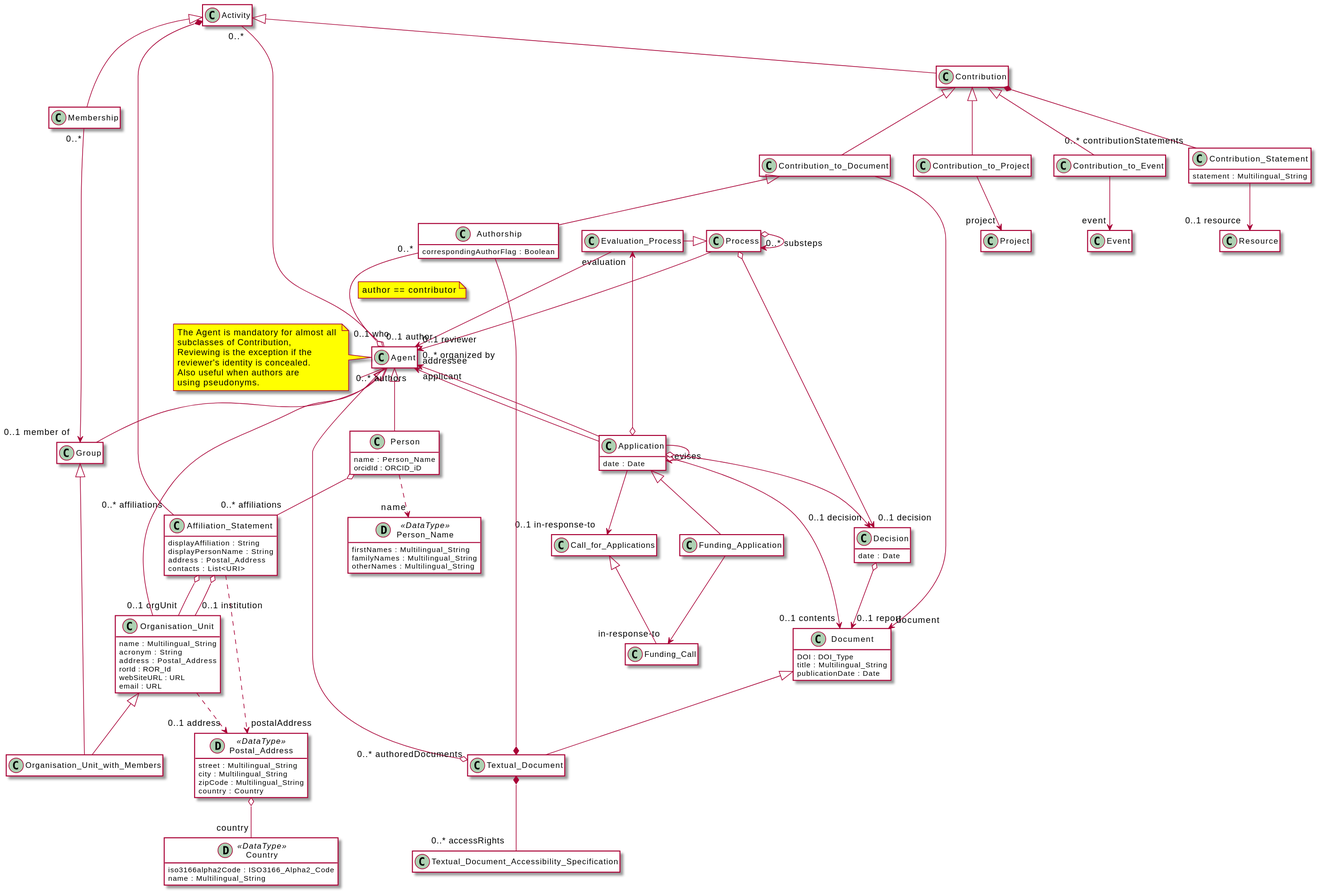
This is diagrams/core.svg from EuroCRIS/CERIF-Core, a PlantUML export, as it was before one commit.
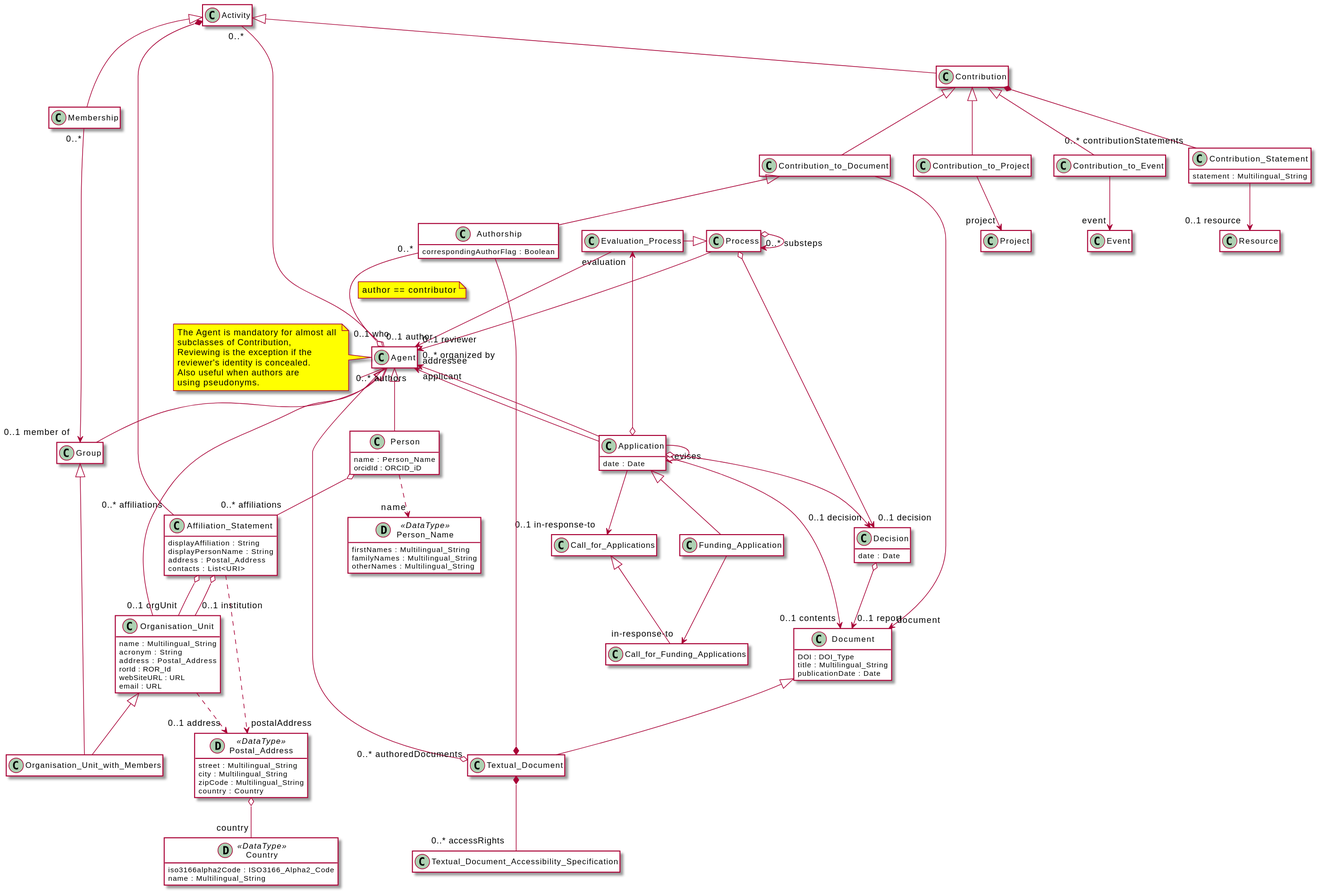
Above is the later version.

Commit message:
:rocket: adding generated diagrams

Diff of the diagram source:
```diff
@@ -148,7 +148,7 @@
 
         }
 
-        class "Funding_Call" #ffffff {
+        class "Call_for_Funding_Applications" #ffffff {
         }
 
         class "Process" #ffffff {
@@ -196,11 +196,11 @@
     !endsub
 
     !startsub Application
-        "Funding_Application" --> "in-response-to" "Funding_Call"
+        "Funding_Application" --> "in-response-to" "Call_for_Funding_Applications"
     !endsub
 
     !startsub Application
-        "Call_for_Applications" <|-- "Funding_Call"
+        "Call_for_Applications" <|-- "Call_for_Funding_Applications"
     !endsub
 
     !startsub Application
```
